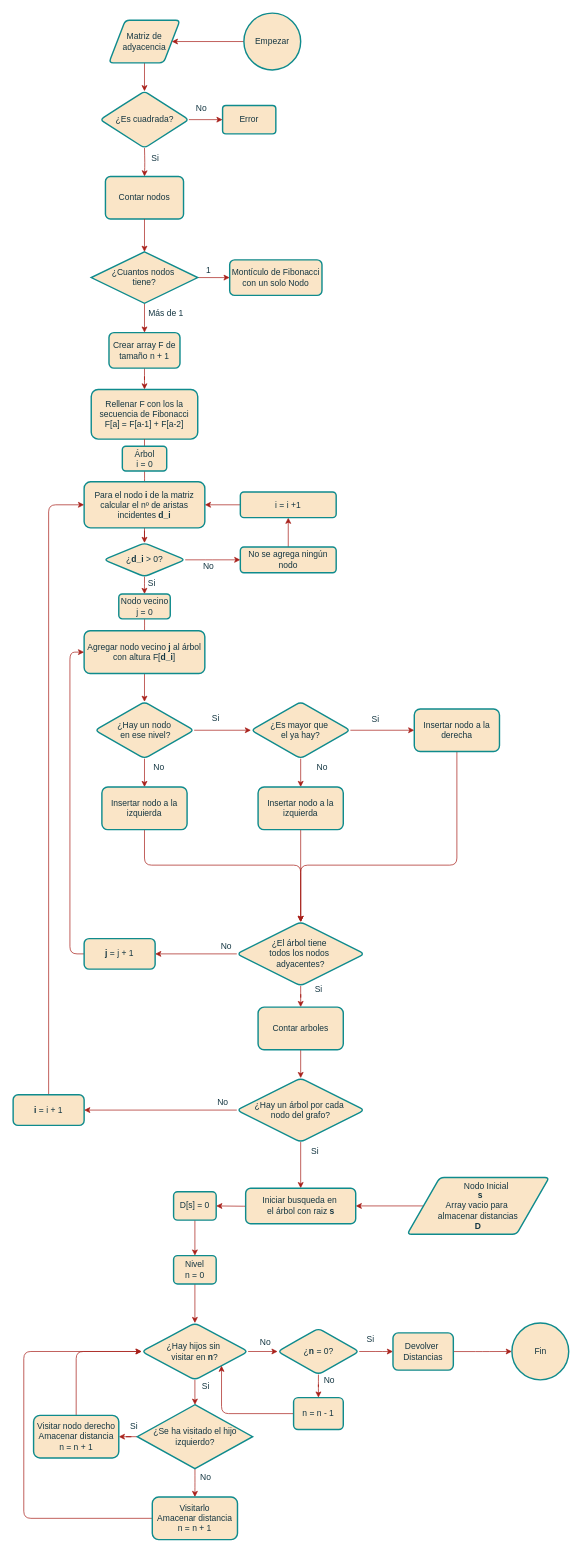
This is Diagrama de Flujo/Diagrama de flujo Dijkstra Fibo.drawio from Rubenvalrom/Data-structures, a draw.io file, before an edit. Source tidied: cells renumbered, new cells numbered last; positions are measured from the earlier drawing's top-left corner, leaving out a move shared by most shapes. Both pictures are drawn from the tidied source at 71%, with x=0, y=0 at pixel (13, 13).
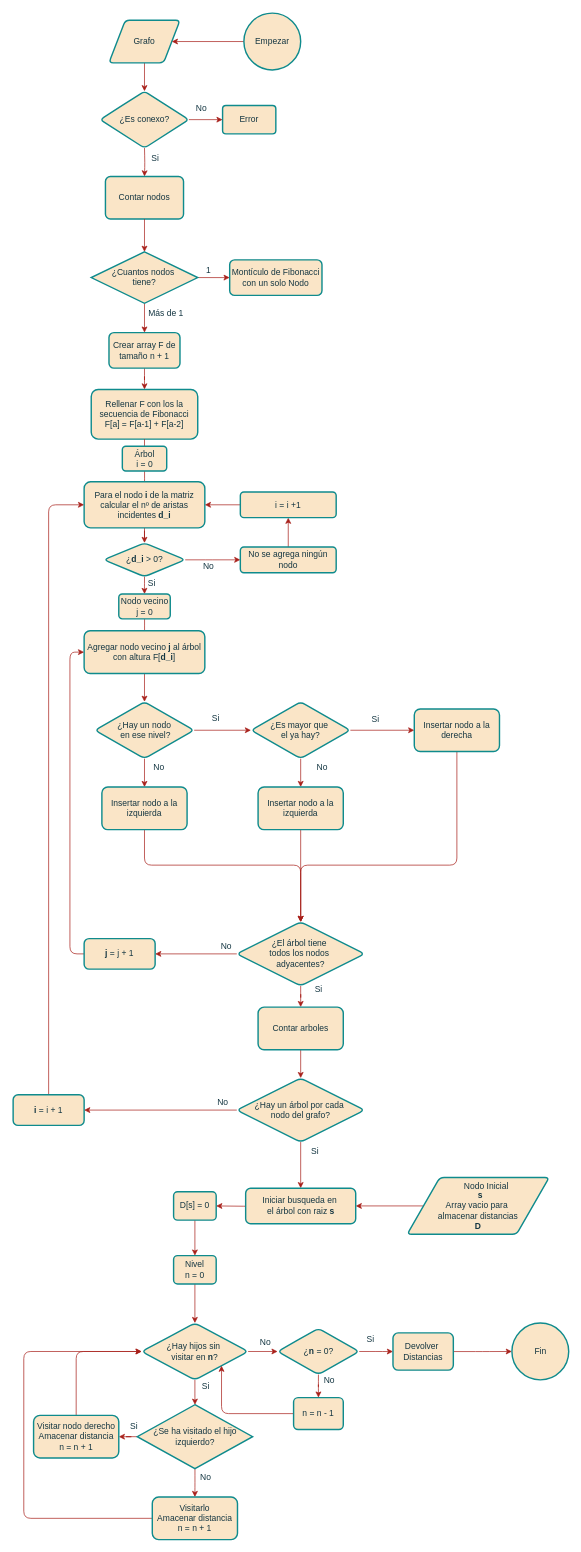
The same page after the edit.

Diff of the diagram source:
```diff
@@
-    <mxCell id="8" value="Matriz de adyacencia" style="shape=parallelogram;html=1;strokeWidth=2;perimeter=parallelogramPerimeter;whiteSpace=wrap;rounded=1;arcSize=12;size=0.23;labelBackgroundColor=none;fillColor=#FAE5C7;strokeColor=#0F8B8D;fontColor=#143642;" parent="1" vertex="1">
+    <mxCell id="8" value="Grafo" style="shape=parallelogram;html=1;strokeWidth=2;perimeter=parallelogramPerimeter;whiteSpace=wrap;rounded=1;arcSize=12;size=0.23;labelBackgroundColor=none;fillColor=#FAE5C7;strokeColor=#0F8B8D;fontColor=#143642;" parent="1" vertex="1">
       <mxGeometry x="135" y="10" width="100" height="60" as="geometry" />
     </mxCell>
@@
-    <mxCell id="48" value="¿Es cuadrada?" style="rhombus;whiteSpace=wrap;html=1;fillColor=#FAE5C7;strokeColor=#0F8B8D;fontColor=#143642;strokeWidth=2;rounded=1;arcSize=12;labelBackgroundColor=none;" parent="1" vertex="1">
+    <mxCell id="48" value="¿Es conexo?" style="rhombus;whiteSpace=wrap;html=1;fillColor=#FAE5C7;strokeColor=#0F8B8D;fontColor=#143642;strokeWidth=2;rounded=1;arcSize=12;labelBackgroundColor=none;" parent="1" vertex="1">
       <mxGeometry x="122.5" y="110" width="125" height="80" as="geometry" />
     </mxCell>
```
